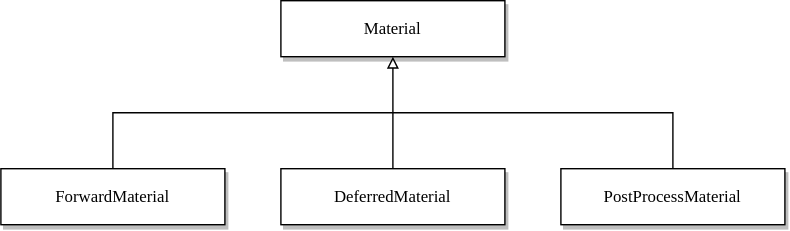
Above: _static/images/material_class_diagram.svg in TimZoet/SOL-manual (draw.io), before the change. Source tidied: cells renumbered, new cells last; positions are measured from the earlier drawing's top-left corner, leaving out a move shared by most shapes.
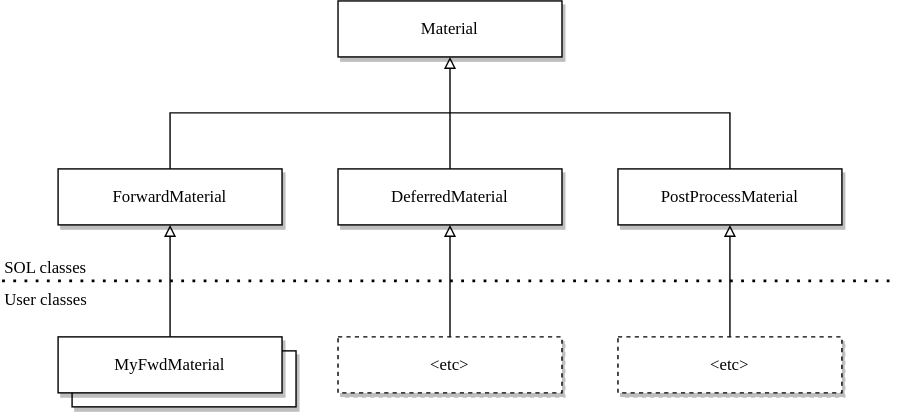
The same diagram one commit later.

Commit message:
Improved forward material and uniform buffer related pages

Change to the diagram source:
```diff
@@ -2,6 +2,9 @@
   <root>
     <mxCell id="0" />
     <mxCell id="1" parent="0" />
+    <mxCell id="9" style="rounded=0;whiteSpace=wrap;html=1;shadow=1;fontFamily=Lucida Console;" parent="1" vertex="1">
+      <mxGeometry x="10" y="250" width="160" height="40" as="geometry" />
+    </mxCell>
     <mxCell id="2" value="Material" style="rounded=0;whiteSpace=wrap;html=1;shadow=1;fontFamily=Lucida Console;" parent="1" vertex="1">
       <mxGeometry x="200" width="160" height="40" as="geometry" />
     </mxCell>
@@ -34,5 +37,35 @@
     <mxCell id="8" value="PostProcessMaterial" style="rounded=0;whiteSpace=wrap;html=1;shadow=1;fontFamily=Lucida Console;" parent="1" vertex="1">
       <mxGeometry x="400" y="120" width="160" height="40" as="geometry" />
     </mxCell>
+    <mxCell id="10" style="endArrow=none;dashed=1;html=1;dashPattern=1 3;strokeWidth=2;" parent="1" edge="1">
+      <mxGeometry relative="1" as="geometry">
+        <mxPoint x="-40" y="200" as="sourcePoint" />
+        <mxPoint x="600" y="200" as="targetPoint" />
+      </mxGeometry>
+    </mxCell>
+    <mxCell id="11" style="edgeStyle=orthogonalEdgeStyle;rounded=0;jettySize=auto;html=1;exitX=0.5;exitY=0;exitDx=0;exitDy=0;entryX=0.5;entryY=1;entryDx=0;entryDy=0;endArrow=block;endFill=0;" parent="1" edge="1" source="12" target="4">
+      <mxGeometry relative="1" as="geometry" />
+    </mxCell>
+    <mxCell id="12" value="MyFwdMaterial" style="rounded=0;whiteSpace=wrap;html=1;shadow=1;fontFamily=Lucida Console;" parent="1" vertex="1">
+      <mxGeometry y="240" width="160" height="40" as="geometry" />
+    </mxCell>
+    <mxCell id="13" value="SOL classes" style="text;html=1;strokeColor=none;fillColor=none;align=left;verticalAlign=bottom;whiteSpace=wrap;rounded=0;fontFamily=Lucida Console;horizontal=1;" parent="1" vertex="1">
+      <mxGeometry x="-40" y="180" width="90" height="20" as="geometry" />
+    </mxCell>
+    <mxCell id="14" value="User classes" style="text;html=1;strokeColor=none;fillColor=none;align=left;verticalAlign=top;whiteSpace=wrap;rounded=0;fontFamily=Lucida Console;" parent="1" vertex="1">
+      <mxGeometry x="-40" y="200" width="90" height="20" as="geometry" />
+    </mxCell>
+    <mxCell id="15" style="edgeStyle=orthogonalEdgeStyle;rounded=0;jettySize=auto;html=1;exitX=0.5;exitY=0;exitDx=0;exitDy=0;entryX=0.5;entryY=1;entryDx=0;entryDy=0;fontFamily=Lucida Console;endArrow=block;endFill=0;" parent="1" edge="1" source="16" target="6">
+      <mxGeometry relative="1" as="geometry" />
+    </mxCell>
+    <mxCell id="16" value="&amp;lt;etc&amp;gt;" style="rounded=0;whiteSpace=wrap;html=1;shadow=1;fontFamily=Lucida Console;dashed=1;" parent="1" vertex="1">
+      <mxGeometry x="200" y="240" width="160" height="40" as="geometry" />
+    </mxCell>
+    <mxCell id="17" style="edgeStyle=orthogonalEdgeStyle;rounded=0;jettySize=auto;html=1;exitX=0.5;exitY=0;exitDx=0;exitDy=0;entryX=0.5;entryY=1;entryDx=0;entryDy=0;fontFamily=Lucida Console;endArrow=block;endFill=0;" parent="1" edge="1" source="18" target="8">
+      <mxGeometry relative="1" as="geometry" />
+    </mxCell>
+    <mxCell id="18" value="&amp;lt;etc&amp;gt;" style="rounded=0;whiteSpace=wrap;html=1;shadow=1;fontFamily=Lucida Console;dashed=1;" parent="1" vertex="1">
+      <mxGeometry x="400" y="240" width="160" height="40" as="geometry" />
+    </mxCell>
   </root>
 </mxGraphModel>
```
